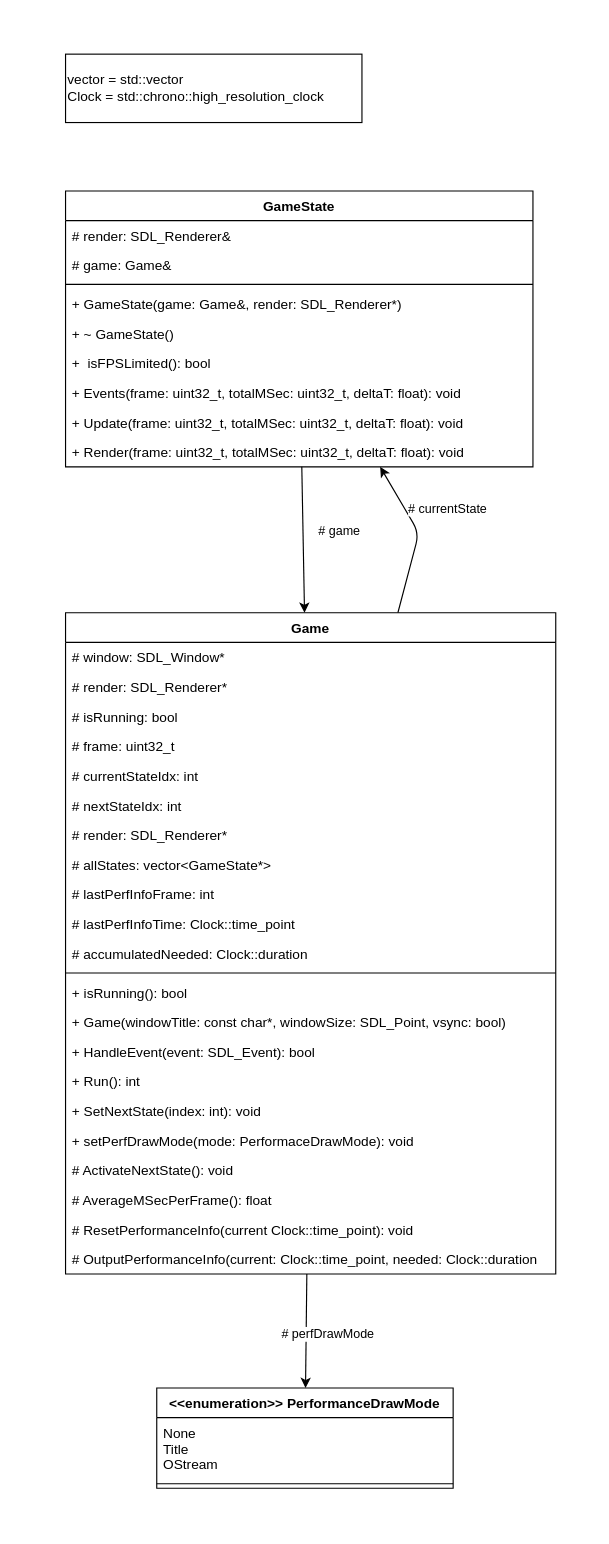
Above: classdiagram.drawio in sor/sdl_basegame (draw.io), before the change. Source tidied: cells renumbered, new cells numbered last; positions are measured from the earlier drawing's top-left corner, leaving out a move shared by most shapes. Both pictures are drawn from the tidied source at 114%, with x=0, y=0 at pixel (19, 19).
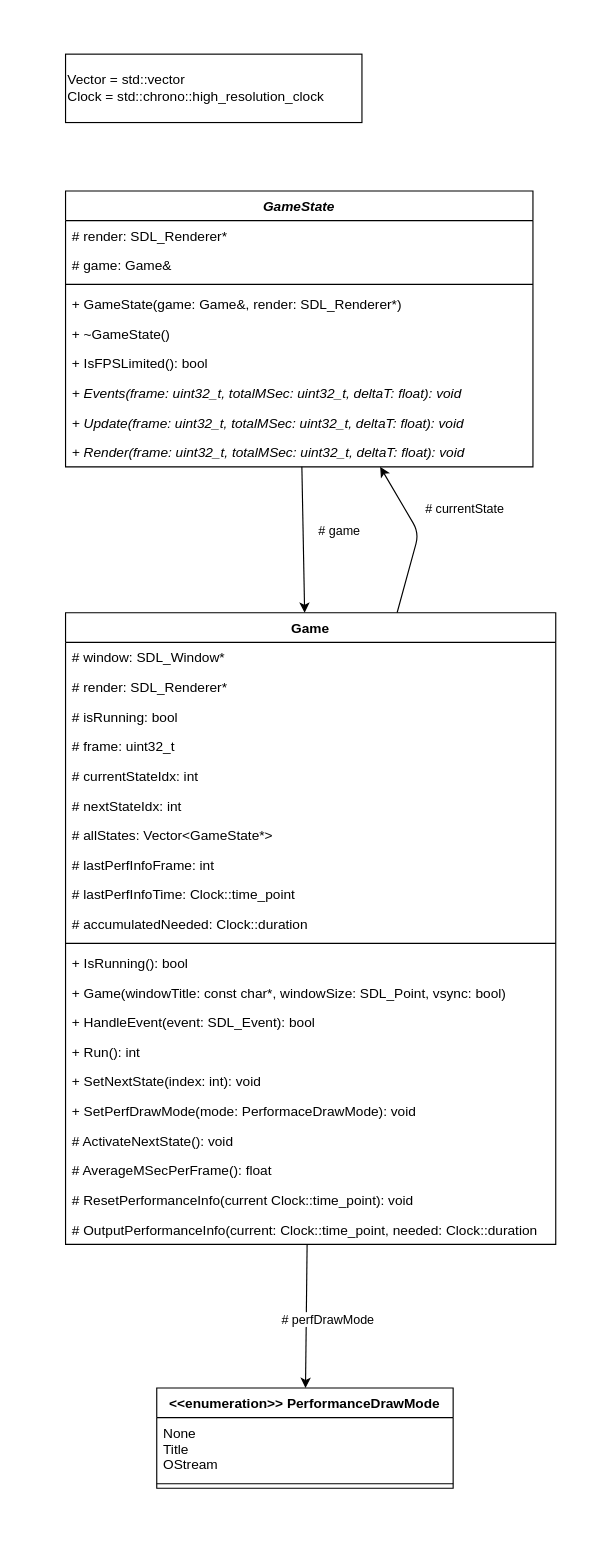
After the change.

Commit message:
Figured it out why the xml source was "compressed"

Diff of the diagram source:
```diff
@@
     <mxCell id="3" value="# currentState" style="edgeStyle=none;html=1;" parent="1" edge="1" source="4" target="29">
-      <mxGeometry x="0.12" y="-32" relative="1" as="geometry">
+      <mxGeometry x="0.04" y="-45" relative="1" as="geometry">
         <Array as="points">
           <mxPoint x="350" y="450" />
         </Array>
+        <mxPoint x="1" y="2" as="offset" />
       </mxGeometry>
     </mxCell>
     <mxCell id="4" value="Game" style="swimlane;fontStyle=1;align=center;verticalAlign=top;horizontal=1;startSize=26;" parent="1" vertex="1">
-      <mxGeometry x="40" y="520" width="430" height="580" as="geometry" />
+      <mxGeometry x="40" y="520" width="430" height="554" as="geometry" />
     </mxCell>
@@
-    <mxCell id="11" value="# render: SDL_Renderer*" style="text;strokeColor=none;fillColor=none;align=left;verticalAlign=top;spacingLeft=4;spacingRight=4;overflow=hidden;" parent="4" vertex="1">
-      <mxGeometry y="182" width="430" height="26" as="geometry" />
-    </mxCell>
-    <mxCell id="12" value="# allStates: vector&lt;GameState*&gt;" style="text;strokeColor=none;fillColor=none;align=left;verticalAlign=top;spacingLeft=4;spacingRight=4;overflow=hidden;" parent="4" vertex="1">
-      <mxGeometry y="208" width="430" height="26" as="geometry" />
+    <mxCell id="12" value="# allStates: Vector&lt;GameState*&gt;" style="text;strokeColor=none;fillColor=none;align=left;verticalAlign=top;spacingLeft=4;spacingRight=4;overflow=hidden;" parent="4" vertex="1">
+      <mxGeometry y="182" width="430" height="26" as="geometry" />
     </mxCell>
     <mxCell id="13" value="# lastPerfInfoFrame: int" style="text;strokeColor=none;fillColor=none;align=left;verticalAlign=top;spacingLeft=4;spacingRight=4;overflow=hidden;" parent="4" vertex="1">
-      <mxGeometry y="234" width="430" height="26" as="geometry" />
+      <mxGeometry y="208" width="430" height="26" as="geometry" />
     </mxCell>
     <mxCell id="14" value="# lastPerfInfoTime: Clock::time_point" style="text;strokeColor=none;fillColor=none;align=left;verticalAlign=top;spacingLeft=4;spacingRight=4;overflow=hidden;" parent="4" vertex="1">
-      <mxGeometry y="260" width="430" height="26" as="geometry" />
+      <mxGeometry y="234" width="430" height="26" as="geometry" />
     </mxCell>
     <mxCell id="15" value="# accumulatedNeeded: Clock::duration" style="text;strokeColor=none;fillColor=none;align=left;verticalAlign=top;spacingLeft=4;spacingRight=4;overflow=hidden;" parent="4" vertex="1">
-      <mxGeometry y="286" width="430" height="26" as="geometry" />
+      <mxGeometry y="260" width="430" height="26" as="geometry" />
     </mxCell>
     <mxCell id="16" style="line;strokeWidth=1;fillColor=none;align=left;verticalAlign=middle;spacingTop=-1;spacingLeft=3;spacingRight=3;labelPosition=right;" parent="4" vertex="1">
-      <mxGeometry y="312" width="430" height="8" as="geometry" />
+      <mxGeometry y="286" width="430" height="8" as="geometry" />
     </mxCell>
-    <mxCell id="17" value="+ isRunning(): bool" style="text;strokeColor=none;fillColor=none;align=left;verticalAlign=top;spacingLeft=4;spacingRight=4;overflow=hidden;" parent="4" vertex="1">
-      <mxGeometry y="320" width="430" height="26" as="geometry" />
+    <mxCell id="17" value="+ IsRunning(): bool" style="text;strokeColor=none;fillColor=none;align=left;verticalAlign=top;spacingLeft=4;spacingRight=4;overflow=hidden;" parent="4" vertex="1">
+      <mxGeometry y="294" width="430" height="26" as="geometry" />
     </mxCell>
     <mxCell id="18" value="+ Game(windowTitle: const char*, windowSize: SDL_Point, vsync: bool)" style="text;strokeColor=none;fillColor=none;align=left;verticalAlign=top;spacingLeft=4;spacingRight=4;overflow=hidden;" parent="4" vertex="1">
-      <mxGeometry y="346" width="430" height="26" as="geometry" />
+      <mxGeometry y="320" width="430" height="26" as="geometry" />
     </mxCell>
     <mxCell id="19" value="+ HandleEvent(event: SDL_Event): bool" style="text;strokeColor=none;fillColor=none;align=left;verticalAlign=top;spacingLeft=4;spacingRight=4;overflow=hidden;" parent="4" vertex="1">
-      <mxGeometry y="372" width="430" height="26" as="geometry" />
+      <mxGeometry y="346" width="430" height="26" as="geometry" />
     </mxCell>
     <mxCell id="20" value="+ Run(): int" style="text;strokeColor=none;fillColor=none;align=left;verticalAlign=top;spacingLeft=4;spacingRight=4;overflow=hidden;" parent="4" vertex="1">
-      <mxGeometry y="398" width="430" height="26" as="geometry" />
+      <mxGeometry y="372" width="430" height="26" as="geometry" />
     </mxCell>
     <mxCell id="21" value="+ SetNextState(index: int): void" style="text;strokeColor=none;fillColor=none;align=left;verticalAlign=top;spacingLeft=4;spacingRight=4;overflow=hidden;" parent="4" vertex="1">
-      <mxGeometry y="424" width="430" height="26" as="geometry" />
+      <mxGeometry y="398" width="430" height="26" as="geometry" />
     </mxCell>
-    <mxCell id="22" value="+ setPerfDrawMode(mode: PerformaceDrawMode): void" style="text;strokeColor=none;fillColor=none;align=left;verticalAlign=top;spacingLeft=4;spacingRight=4;overflow=hidden;" parent="4" vertex="1">
-      <mxGeometry y="450" width="430" height="26" as="geometry" />
+    <mxCell id="22" value="+ SetPerfDrawMode(mode: PerformaceDrawMode): void" style="text;strokeColor=none;fillColor=none;align=left;verticalAlign=top;spacingLeft=4;spacingRight=4;overflow=hidden;" parent="4" vertex="1">
+      <mxGeometry y="424" width="430" height="26" as="geometry" />
     </mxCell>
     <mxCell id="23" value="# ActivateNextState(): void" style="text;strokeColor=none;fillColor=none;align=left;verticalAlign=top;spacingLeft=4;spacingRight=4;overflow=hidden;" parent="4" vertex="1">
-      <mxGeometry y="476" width="430" height="26" as="geometry" />
+      <mxGeometry y="450" width="430" height="26" as="geometry" />
     </mxCell>
     <mxCell id="24" value="# AverageMSecPerFrame(): float" style="text;strokeColor=none;fillColor=none;align=left;verticalAlign=top;spacingLeft=4;spacingRight=4;overflow=hidden;" parent="4" vertex="1">
-      <mxGeometry y="502" width="430" height="26" as="geometry" />
+      <mxGeometry y="476" width="430" height="26" as="geometry" />
     </mxCell>
     <mxCell id="25" value="# ResetPerformanceInfo(current Clock::time_point): void" style="text;strokeColor=none;fillColor=none;align=left;verticalAlign=top;spacingLeft=4;spacingRight=4;overflow=hidden;" parent="4" vertex="1">
-      <mxGeometry y="528" width="430" height="26" as="geometry" />
+      <mxGeometry y="502" width="430" height="26" as="geometry" />
     </mxCell>
     <mxCell id="26" value="# OutputPerformanceInfo(current: Clock::time_point, needed: Clock::duration" style="text;strokeColor=none;fillColor=none;align=left;verticalAlign=top;spacingLeft=4;spacingRight=4;overflow=hidden;" parent="4" vertex="1">
-      <mxGeometry y="554" width="430" height="26" as="geometry" />
+      <mxGeometry y="528" width="430" height="26" as="geometry" />
     </mxCell>
@@
-    <mxCell id="29" value="GameState" style="swimlane;fontStyle=1;align=center;verticalAlign=top;horizontal=1;startSize=26;gradientColor=none;" parent="1" vertex="1">
+    <mxCell id="29" value="GameState" style="swimlane;fontStyle=3;align=center;verticalAlign=top;horizontal=1;startSize=26;gradientColor=none;" parent="1" vertex="1">
       <mxGeometry x="40" y="150" width="410" height="242" as="geometry" />
     </mxCell>
-    <mxCell id="30" value="# render: SDL_Renderer&amp;" style="text;strokeColor=none;fillColor=none;align=left;verticalAlign=top;spacingLeft=4;spacingRight=4;overflow=hidden;" parent="29" vertex="1">
+    <mxCell id="30" value="# render: SDL_Renderer*" style="text;strokeColor=none;fillColor=none;align=left;verticalAlign=top;spacingLeft=4;spacingRight=4;overflow=hidden;" parent="29" vertex="1">
       <mxGeometry y="26" width="410" height="26" as="geometry" />
     </mxCell>
@@
-    <mxCell id="34" value="+ ~ GameState()" style="text;strokeColor=none;fillColor=none;align=left;verticalAlign=top;spacingLeft=4;spacingRight=4;overflow=hidden;" parent="29" vertex="1">
+    <mxCell id="34" value="+ ~GameState()" style="text;strokeColor=none;fillColor=none;align=left;verticalAlign=top;spacingLeft=4;spacingRight=4;overflow=hidden;" parent="29" vertex="1">
       <mxGeometry y="112" width="410" height="26" as="geometry" />
     </mxCell>
-    <mxCell id="35" value="+  isFPSLimited(): bool" style="text;strokeColor=none;fillColor=none;align=left;verticalAlign=top;spacingLeft=4;spacingRight=4;overflow=hidden;" parent="29" vertex="1">
+    <mxCell id="35" value="+ IsFPSLimited(): bool" style="text;strokeColor=none;fillColor=none;align=left;verticalAlign=top;spacingLeft=4;spacingRight=4;overflow=hidden;" parent="29" vertex="1">
       <mxGeometry y="138" width="410" height="26" as="geometry" />
     </mxCell>
-    <mxCell id="36" value="+ Events(frame: uint32_t, totalMSec: uint32_t, deltaT: float): void" style="text;strokeColor=none;fillColor=none;align=left;verticalAlign=top;spacingLeft=4;spacingRight=4;overflow=hidden;" parent="29" vertex="1">
+    <mxCell id="36" value="+ Events(frame: uint32_t, totalMSec: uint32_t, deltaT: float): void" style="text;strokeColor=none;fillColor=none;align=left;verticalAlign=top;spacingLeft=4;spacingRight=4;overflow=hidden;fontStyle=2;" parent="29" vertex="1">
       <mxGeometry y="164" width="410" height="26" as="geometry" />
     </mxCell>
-    <mxCell id="37" value="+ Update(frame: uint32_t, totalMSec: uint32_t, deltaT: float): void" style="text;strokeColor=none;fillColor=none;align=left;verticalAlign=top;spacingLeft=4;spacingRight=4;overflow=hidden;" parent="29" vertex="1">
+    <mxCell id="37" value="+ Update(frame: uint32_t, totalMSec: uint32_t, deltaT: float): void" style="text;strokeColor=none;fillColor=none;align=left;verticalAlign=top;spacingLeft=4;spacingRight=4;overflow=hidden;fontStyle=2;" parent="29" vertex="1">
       <mxGeometry y="190" width="410" height="26" as="geometry" />
     </mxCell>
-    <mxCell id="38" value="+ Render(frame: uint32_t, totalMSec: uint32_t, deltaT: float): void" style="text;strokeColor=none;fillColor=none;align=left;verticalAlign=top;spacingLeft=4;spacingRight=4;overflow=hidden;" parent="29" vertex="1">
+    <mxCell id="38" value="+ Render(frame: uint32_t, totalMSec: uint32_t, deltaT: float): void" style="text;strokeColor=none;fillColor=none;align=left;verticalAlign=top;spacingLeft=4;spacingRight=4;overflow=hidden;fontStyle=2;" parent="29" vertex="1">
       <mxGeometry y="216" width="410" height="26" as="geometry" />
     </mxCell>
@@
-    <mxCell id="43" value="vector = std::vector&lt;br&gt;Clock = std::chrono::high_resolution_clock" style="rounded=0;whiteSpace=wrap;html=1;labelBackgroundColor=none;labelBorderColor=none;align=left;" parent="1" vertex="1">
+    <mxCell id="43" value="Vector = std::vector&lt;br&gt;Clock = std::chrono::high_resolution_clock" style="rounded=0;whiteSpace=wrap;html=1;labelBackgroundColor=none;labelBorderColor=none;align=left;" parent="1" vertex="1">
       <mxGeometry x="40" y="30" width="260" height="60" as="geometry" />
     </mxCell>
```
